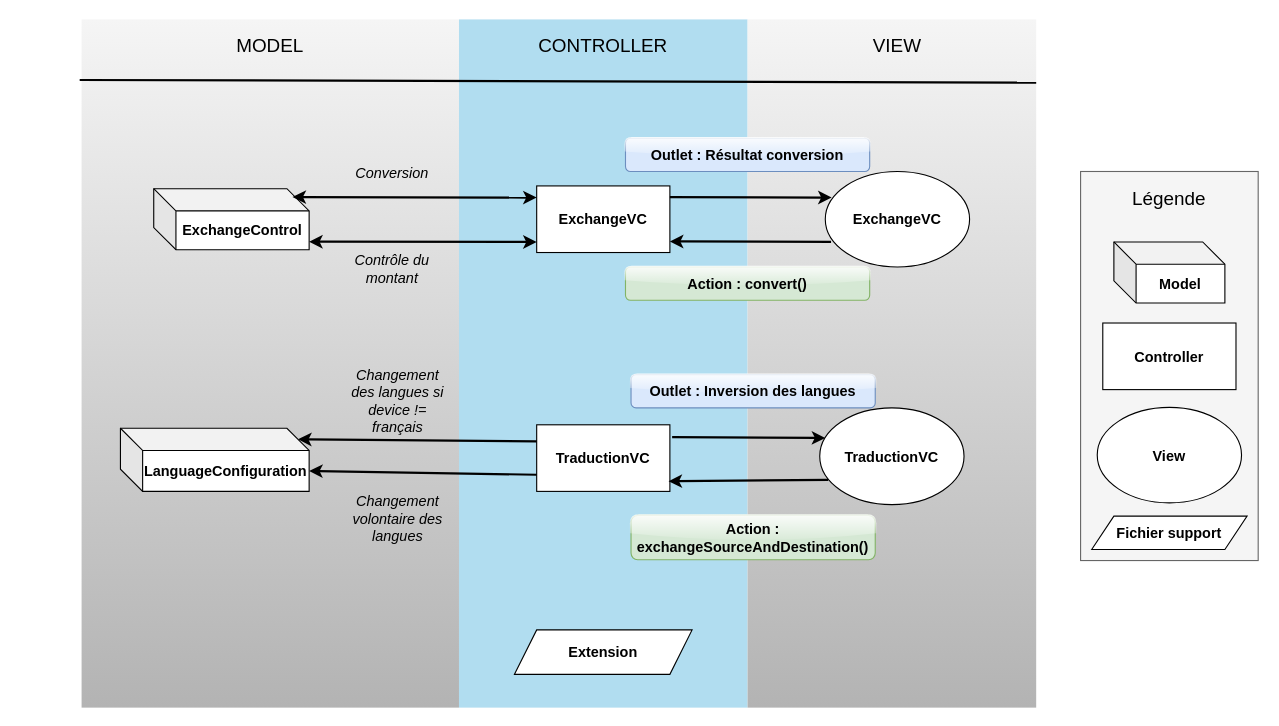
Above: Divers/structure_mvc_2.drawio in MickaeliOS/OpenClassrooms-P9-LeBaluchon (draw.io), before the change. Source tidied: cells renumbered, new cells numbered last; positions are measured from the earlier drawing's top-left corner, leaving out a move shared by most shapes. Both pictures are drawn from the tidied source at 111%, with x=0, y=0 at pixel (81, 19).
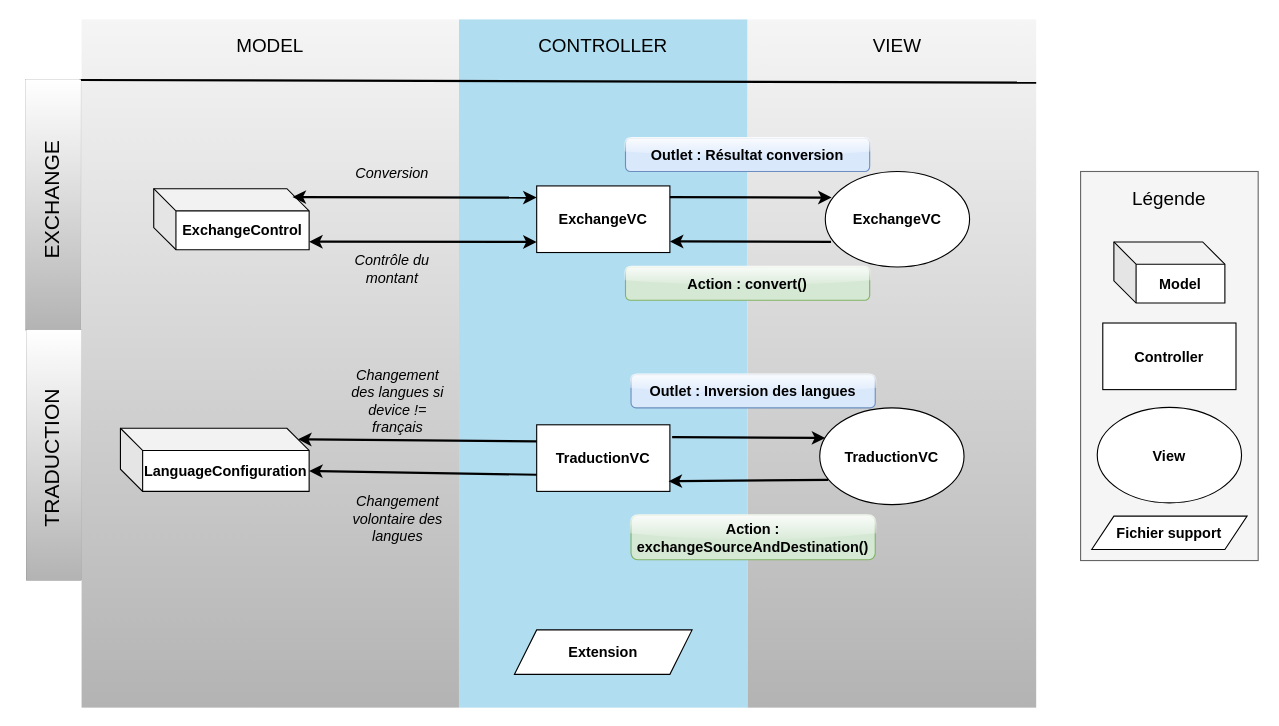
Above is the later version.

Diff of the diagram source:
```diff
@@
+    <mxCell id="39" style="rounded=0;whiteSpace=wrap;html=1;shadow=0;glass=0;labelBackgroundColor=none;sketch=0;fillStyle=auto;strokeColor=#000000;strokeWidth=0;fontSize=13;fontColor=#000000;fillColor=default;gradientColor=#B3B3B3;" parent="1" vertex="1">
+      <mxGeometry x="-50.5" y="54" width="50" height="226" as="geometry" />
+    </mxCell>
+    <mxCell id="40" value="EXCHANGE" style="text;html=1;strokeColor=none;fillColor=none;align=center;verticalAlign=middle;whiteSpace=wrap;rounded=0;shadow=0;glass=0;labelBackgroundColor=none;sketch=0;fillStyle=auto;strokeWidth=0;fontSize=19;fontColor=#000000;rotation=-90;" parent="1" vertex="1">
+      <mxGeometry x="-74" y="132.5" width="95" height="60" as="geometry" />
+    </mxCell>
+    <mxCell id="41" style="rounded=0;whiteSpace=wrap;html=1;shadow=0;glass=0;labelBackgroundColor=none;sketch=0;fillStyle=auto;strokeColor=#000000;strokeWidth=0;fontSize=13;fontColor=#000000;fillColor=default;gradientColor=#B3B3B3;" parent="1" vertex="1">
+      <mxGeometry x="-50" y="279.5" width="50" height="226" as="geometry" />
+    </mxCell>
+    <mxCell id="42" value="TRADUCTION" style="text;html=1;strokeColor=none;fillColor=none;align=center;verticalAlign=middle;whiteSpace=wrap;rounded=0;shadow=0;glass=0;labelBackgroundColor=none;sketch=0;fillStyle=auto;strokeWidth=0;fontSize=19;fontColor=#000000;rotation=-90;" parent="1" vertex="1">
+      <mxGeometry x="-73" y="365.2" width="95" height="60" as="geometry" />
+    </mxCell>
```
